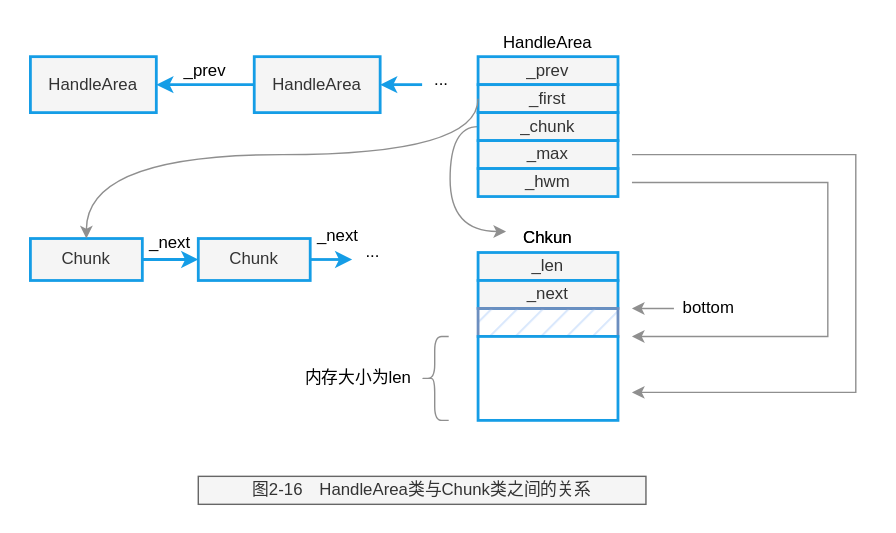
web1992/read keeps this draw.io diagram as jvm/深入剖析Java虚拟机源码剖析与实例详解-基础卷-马智/images/HandleArea.drawio.svg. Above is the earlier version. Source tidied: cells renumbered, new cells last; positions are measured from the earlier drawing's top-left corner, leaving out a move shared by most shapes.
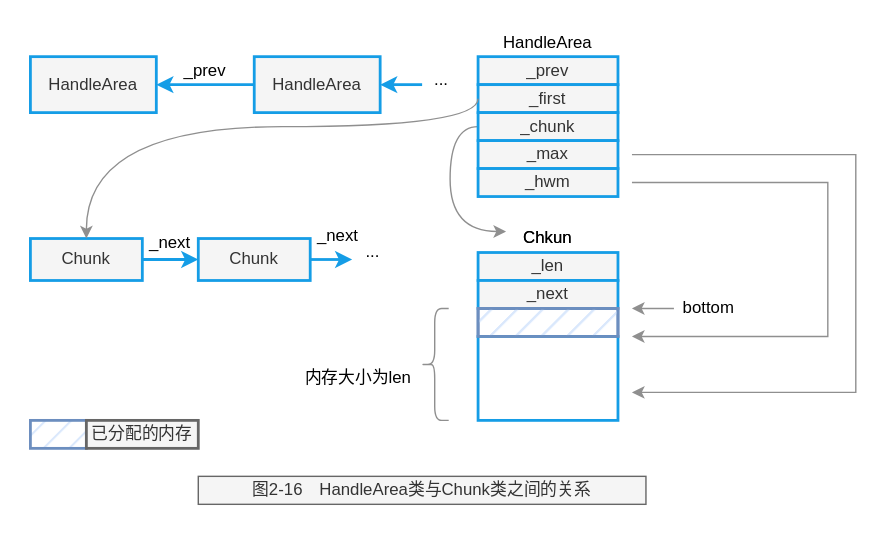
The same diagram one commit later.

Commit message:
fix hadnle area

Change to the diagram source:
```diff
@@ -90,7 +90,7 @@
       </mxGeometry>
     </mxCell>
     <mxCell id="25" style="shape=curlyBracket;whiteSpace=wrap;html=1;rounded=1;labelPosition=left;verticalLabelPosition=middle;align=right;verticalAlign=middle;shadow=0;glass=0;sketch=0;fillStyle=hatch;strokeColor=#8F8F8F;strokeWidth=1;fillColor=#159DE6;" parent="1" vertex="1">
-      <mxGeometry x="279" y="220" width="20" height="60" as="geometry" />
+      <mxGeometry x="279" y="200" width="20" height="80" as="geometry" />
     </mxCell>
     <mxCell id="26" value="内存大小为len" style="text;html=1;strokeColor=none;fillColor=none;align=center;verticalAlign=middle;whiteSpace=wrap;rounded=0;" parent="1" vertex="1">
       <mxGeometry x="190" y="235" width="89" height="30" as="geometry" />
@@ -121,13 +121,22 @@
     <mxCell id="34" style="endArrow=classic;html=1;rounded=0;shadow=0;strokeColor=#8F8F8F;strokeWidth=1;exitX=0;exitY=0.5;exitDx=0;exitDy=0;entryX=0.5;entryY=0;entryDx=0;entryDy=0;edgeStyle=orthogonalEdgeStyle;curved=1;" parent="1" edge="1" source="8" target="28">
       <mxGeometry relative="1" as="geometry">
         <Array as="points">
-          <mxPoint x="320" y="90" />
-          <mxPoint x="40" y="90" />
+          <mxPoint x="320" y="70" />
+          <mxPoint x="40" y="70" />
         </Array>
       </mxGeometry>
     </mxCell>
     <mxCell id="35" value="图2-16　HandleArea类与Chunk类之间的关系" style="text;html=1;strokeColor=#666666;fillColor=#f5f5f5;align=center;verticalAlign=middle;whiteSpace=wrap;rounded=0;fontColor=#333333;" parent="1" vertex="1">
       <mxGeometry x="120" y="320" width="320" height="20" as="geometry" />
     </mxCell>
+    <mxCell id="36" style="rounded=0;whiteSpace=wrap;html=1;shadow=0;strokeColor=#6c8ebf;strokeWidth=2;fillColor=#dae8fc;glass=0;fillStyle=hatch;" parent="1" vertex="1">
+      <mxGeometry x="320" y="200" width="100" height="20" as="geometry" />
+    </mxCell>
+    <mxCell id="37" style="rounded=0;whiteSpace=wrap;html=1;shadow=0;strokeColor=#6c8ebf;strokeWidth=2;fillColor=#dae8fc;glass=0;fillStyle=hatch;" parent="1" vertex="1">
+      <mxGeometry y="280" width="40" height="20" as="geometry" />
+    </mxCell>
+    <mxCell id="38" value="已分配的内存" style="text;html=1;strokeColor=#666666;fillColor=#f5f5f5;align=center;verticalAlign=middle;whiteSpace=wrap;rounded=0;fontColor=#333333;strokeWidth=2;" parent="1" vertex="1">
+      <mxGeometry x="40" y="280" width="80" height="20" as="geometry" />
+    </mxCell>
   </root>
 </mxGraphModel>
```
